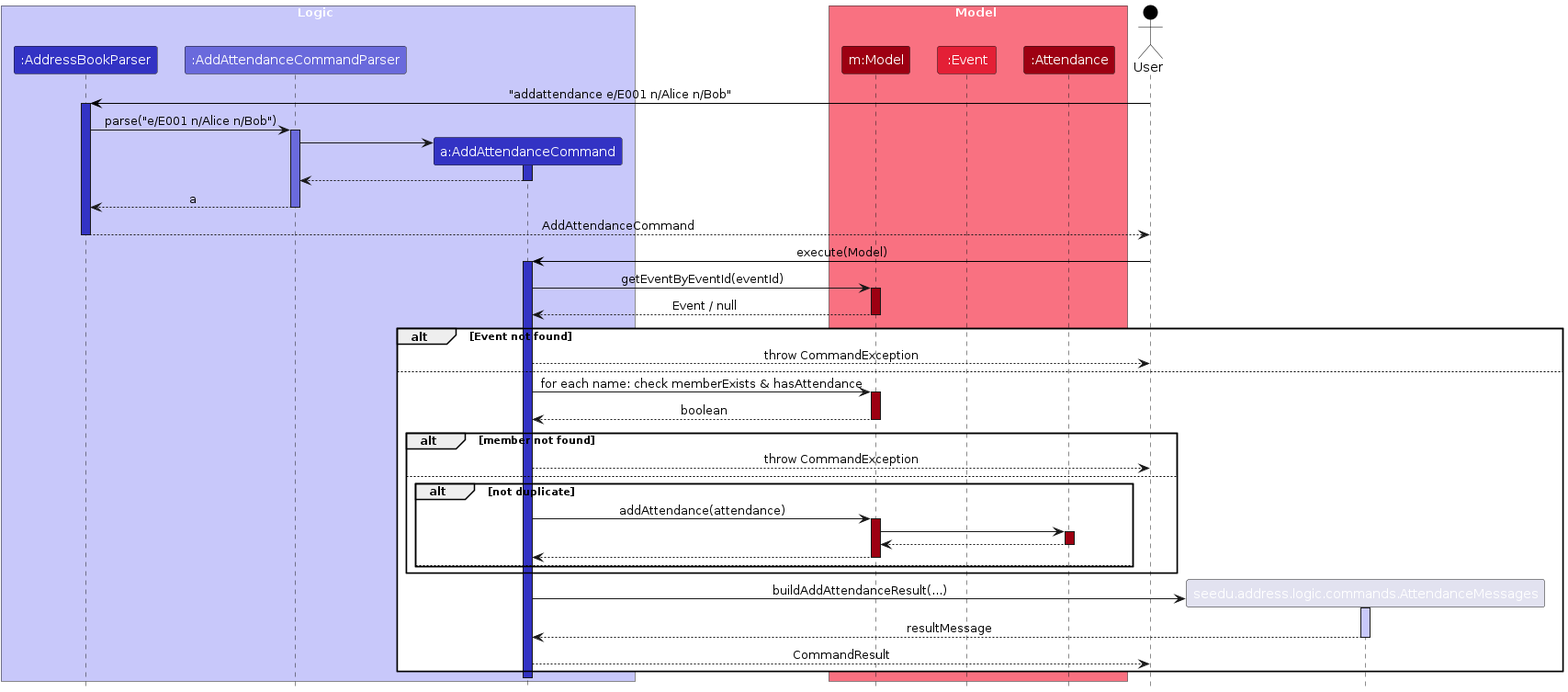
Before: diagrams/AttendanceSequenceDiagram.png, a diagram exported from PlantUML (chenguo3125/tp). Its source is kept beside it as diagrams/AttendanceSequenceDiagram.puml.
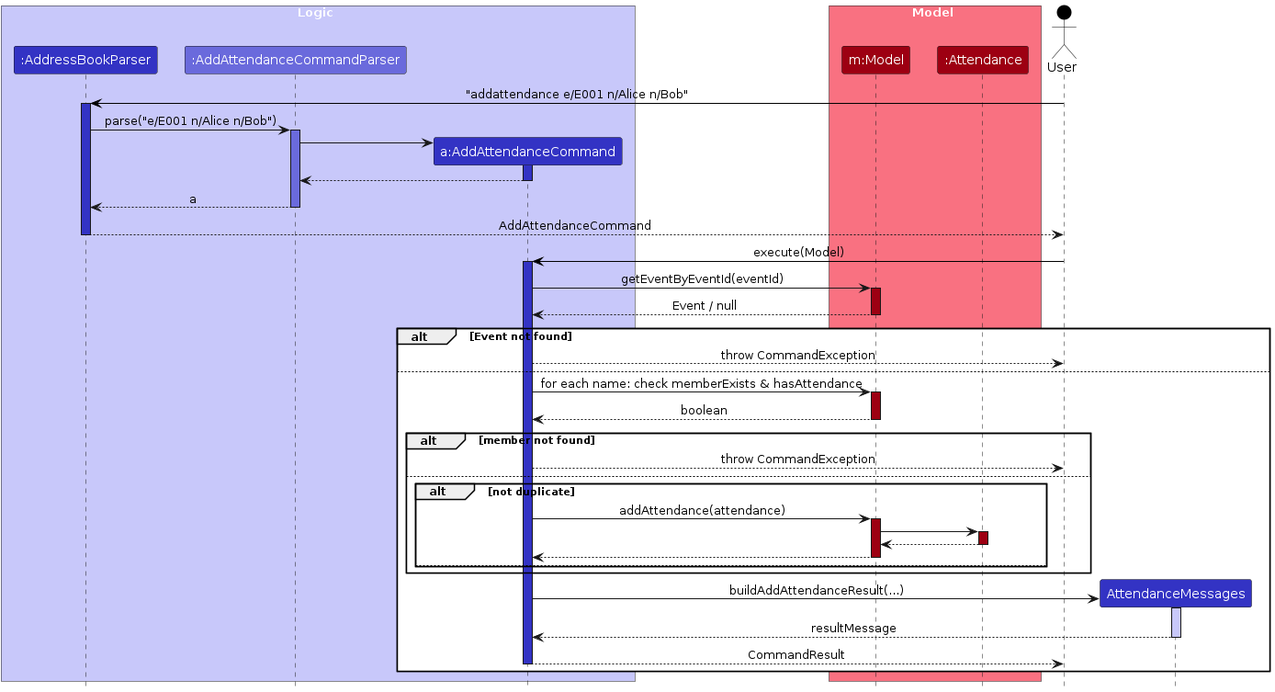
The same diagram one commit later.

The edit, as a diff of the source:
```diff
@@ -10,7 +10,6 @@
 
 box Model MODEL_COLOR_T1
 participant "m:Model" as Model MODEL_COLOR
-participant ":Event" as Event MODEL_COLOR_T2
 participant ":Attendance" as Attendance MODEL_COLOR
 end box
 
@@ -68,13 +67,15 @@
         end
     end
 
-    create seedu.address.logic.commands.AttendanceMessages as Messages
+    create "AttendanceMessages" as Messages LOGIC_COLOR
     AddAttendanceCommand -> Messages : buildAddAttendanceResult(...)
     activate Messages LOGIC_COLOR_T1
     Messages --> AddAttendanceCommand : resultMessage
     deactivate Messages
 
     AddAttendanceCommand --> User : CommandResult
+    deactivate AddAttendanceCommand
 end
+
 deactivate AddAttendanceCommand
 @enduml
```
